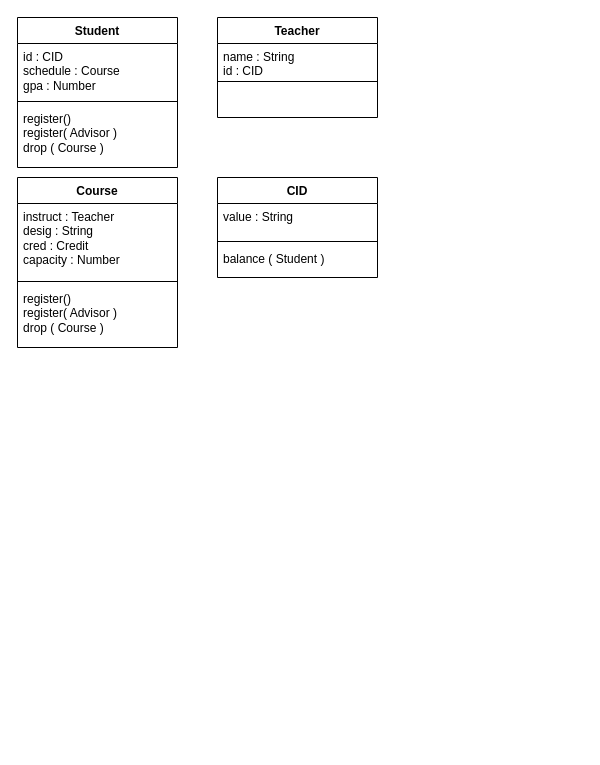
Before: ccc-model.drawio in VoltageGP/ccc-model, a draw.io diagram. Source tidied: cells renumbered, new cells numbered last; positions are measured from the earlier drawing's top-left corner, leaving out a move shared by most shapes. Both pictures are drawn from the tidied source at 100%, with x=0, y=0 at pixel (17, 17).
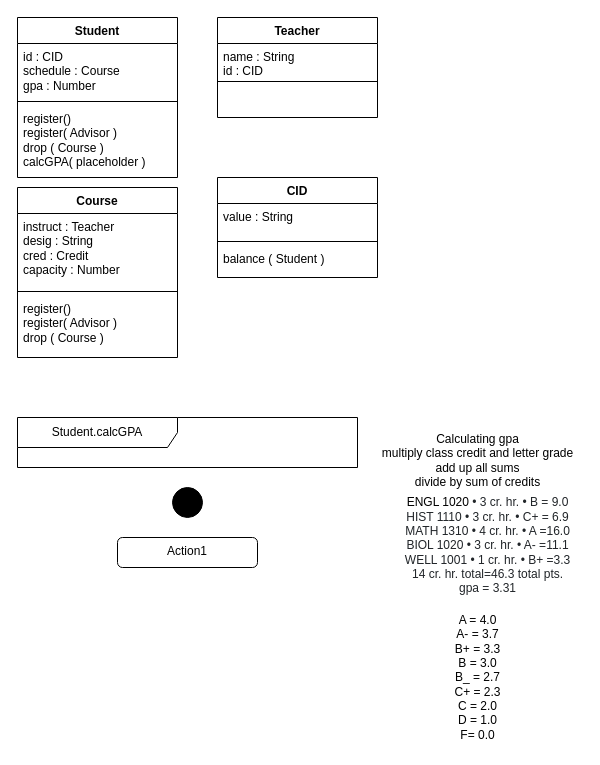
After the change.

Commit message (it also covers changes not shown here):
Added calcGPA method to Student class, create start of Student.calcGPA activity. Included usefu; information in calculation GPA

Change to the diagram source:
```diff
@@
     <mxCell id="2" value="Student" style="swimlane;fontStyle=1;align=center;verticalAlign=top;horizontal=1;startSize=26;whiteSpace=wrap;html=1;" parent="1" vertex="1">
-      <mxGeometry width="160" height="150" as="geometry" />
+      <mxGeometry width="160" height="160" as="geometry" />
     </mxCell>
@@
-    <mxCell id="5" value="register()&lt;br&gt;register( Advisor )&lt;br&gt;drop ( Course )" style="text;strokeColor=none;fillColor=none;align=left;verticalAlign=top;spacingLeft=4;spacingRight=4;overflow=hidden;whiteSpace=wrap;html=1;" parent="2" vertex="1">
-      <mxGeometry y="88" width="160" height="62" as="geometry" />
+    <mxCell id="5" value="register()&lt;br&gt;register( Advisor )&lt;br&gt;drop ( Course )&lt;br&gt;calcGPA( placeholder )" style="text;strokeColor=none;fillColor=none;align=left;verticalAlign=top;spacingLeft=4;spacingRight=4;overflow=hidden;whiteSpace=wrap;html=1;" parent="2" vertex="1">
+      <mxGeometry y="88" width="160" height="72" as="geometry" />
     </mxCell>
     <mxCell id="6" value="Course" style="swimlane;fontStyle=1;align=center;verticalAlign=top;horizontal=1;startSize=26;whiteSpace=wrap;html=1;" parent="1" vertex="1">
-      <mxGeometry y="160" width="160" height="170" as="geometry" />
+      <mxGeometry y="170" width="160" height="170" as="geometry" />
     </mxCell>
@@
+    <mxCell id="18" value="Student.calcGPA" style="shape=umlFrame;whiteSpace=wrap;html=1;width=160;" parent="1" vertex="1">
+      <mxGeometry y="400" width="340" height="50" as="geometry" />
+    </mxCell>
+    <mxCell id="19" style="ellipse;fillColor=strokeColor;html=1;" parent="1" vertex="1">
+      <mxGeometry x="155" y="470" width="30" height="30" as="geometry" />
+    </mxCell>
+    <mxCell id="20" value="Action1" style="html=1;align=center;verticalAlign=top;rounded=1;absoluteArcSize=1;arcSize=10;dashed=0;whiteSpace=wrap;" parent="1" vertex="1">
+      <mxGeometry x="100" y="520" width="140" height="30" as="geometry" />
+    </mxCell>
+    <mxCell id="21" value="Calculating gpa&lt;br&gt;multiply class credit and letter grade&lt;br&gt;add up all sums&lt;br&gt;divide by sum of credits" style="text;html=1;align=center;verticalAlign=middle;strokeColor=none;fillColor=none;" parent="1" vertex="1">
+      <mxGeometry x="355" y="408" width="210" height="70" as="geometry" />
+    </mxCell>
+    <mxCell id="22" value="A = 4.0&lt;br&gt;A- = 3.7&lt;br&gt;B+ = 3.3&lt;br&gt;B = 3.0&lt;br&gt;B_ = 2.7&lt;br&gt;C+ = 2.3&lt;br&gt;C = 2.0&lt;br&gt;D = 1.0&lt;br&gt;F= 0.0" style="text;html=1;align=center;verticalAlign=middle;strokeColor=none;fillColor=none;" parent="1" vertex="1">
+      <mxGeometry x="425" y="590" width="70" height="140" as="geometry" />
+    </mxCell>
+    <mxCell id="23" value="&lt;font style=&quot;font-size: 12px;&quot;&gt;ENGL 1020&lt;span style=&quot;color: rgb(33, 37, 41); font-family: &amp;quot;Maven Pro&amp;quot;, sans-serif; text-align: start; background-color: rgb(255, 255, 255);&quot;&gt;&amp;nbsp;• 3 cr. hr. • B = 9.0&lt;/span&gt;&lt;br style=&quot;box-sizing: border-box; color: rgb(33, 37, 41); font-family: &amp;quot;Maven Pro&amp;quot;, sans-serif; text-align: start; background-color: rgb(255, 255, 255);&quot;&gt;&lt;span style=&quot;box-sizing: border-box; color: rgb(33, 37, 41); font-family: &amp;quot;Maven Pro&amp;quot;, sans-serif; text-align: start; background-color: rgb(255, 255, 255);&quot;&gt;HIST 1110&lt;/span&gt;&lt;span style=&quot;color: rgb(33, 37, 41); font-family: &amp;quot;Maven Pro&amp;quot;, sans-serif; text-align: start; background-color: rgb(255, 255, 255);&quot;&gt;&amp;nbsp;• 3 cr. hr. • C+ = 6.9&lt;/span&gt;&lt;br style=&quot;box-sizing: border-box; color: rgb(33, 37, 41); font-family: &amp;quot;Maven Pro&amp;quot;, sans-serif; text-align: start; background-color: rgb(255, 255, 255);&quot;&gt;&lt;span style=&quot;box-sizing: border-box; color: rgb(33, 37, 41); font-family: &amp;quot;Maven Pro&amp;quot;, sans-serif; text-align: start; background-color: rgb(255, 255, 255);&quot;&gt;MATH 1310&lt;/span&gt;&lt;span style=&quot;color: rgb(33, 37, 41); font-family: &amp;quot;Maven Pro&amp;quot;, sans-serif; text-align: start; background-color: rgb(255, 255, 255);&quot;&gt;&amp;nbsp;• 4 cr. hr. • A =16.0&lt;/span&gt;&lt;br style=&quot;box-sizing: border-box; color: rgb(33, 37, 41); font-family: &amp;quot;Maven Pro&amp;quot;, sans-serif; text-align: start; background-color: rgb(255, 255, 255);&quot;&gt;&lt;span style=&quot;box-sizing: border-box; color: rgb(33, 37, 41); font-family: &amp;quot;Maven Pro&amp;quot;, sans-serif; text-align: start; background-color: rgb(255, 255, 255);&quot;&gt;BIOL 1020&lt;/span&gt;&lt;span style=&quot;color: rgb(33, 37, 41); font-family: &amp;quot;Maven Pro&amp;quot;, sans-serif; text-align: start; background-color: rgb(255, 255, 255);&quot;&gt;&amp;nbsp;• 3 cr. hr. • A- =11.1&lt;/span&gt;&lt;br style=&quot;box-sizing: border-box; color: rgb(33, 37, 41); font-family: &amp;quot;Maven Pro&amp;quot;, sans-serif; text-align: start; background-color: rgb(255, 255, 255);&quot;&gt;&lt;span style=&quot;box-sizing: border-box; color: rgb(33, 37, 41); font-family: &amp;quot;Maven Pro&amp;quot;, sans-serif; text-align: start; background-color: rgb(255, 255, 255);&quot;&gt;WELL 1001&lt;/span&gt;&lt;span style=&quot;color: rgb(33, 37, 41); font-family: &amp;quot;Maven Pro&amp;quot;, sans-serif; text-align: start; background-color: rgb(255, 255, 255);&quot;&gt;&amp;nbsp;• 1 cr. hr. • B+ =3.3&lt;/span&gt;&lt;br style=&quot;box-sizing: border-box; color: rgb(33, 37, 41); font-family: &amp;quot;Maven Pro&amp;quot;, sans-serif; text-align: start; background-color: rgb(255, 255, 255);&quot;&gt;&lt;span style=&quot;color: rgb(33, 37, 41); font-family: &amp;quot;Maven Pro&amp;quot;, sans-serif; text-align: start; background-color: rgb(255, 255, 255);&quot;&gt;14 cr. hr. total=46.3 total pts.&lt;br&gt;gpa = 3.31&lt;br&gt;&lt;/span&gt;&lt;/font&gt;" style="text;html=1;align=center;verticalAlign=middle;strokeColor=none;fillColor=none;" parent="1" vertex="1">
+      <mxGeometry x="375" y="473" width="190" height="110" as="geometry" />
+    </mxCell>
```
